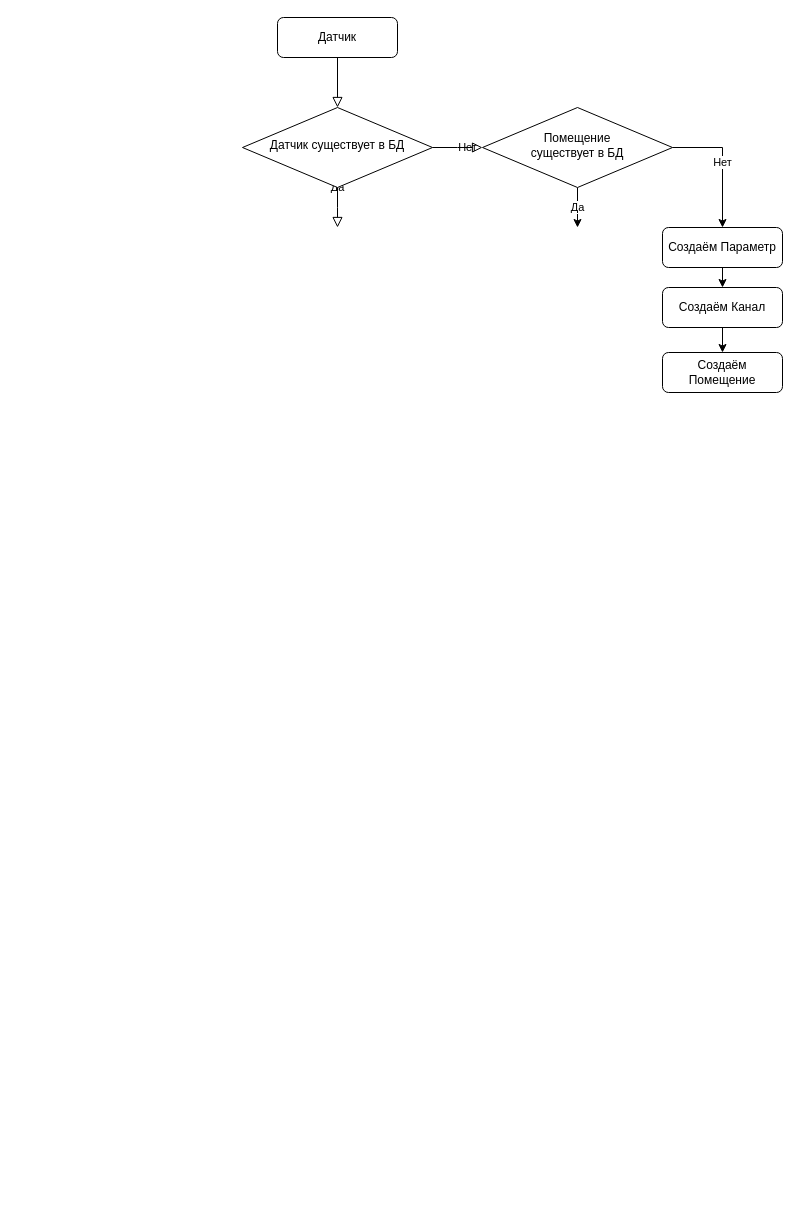
torero-vlg/danfoss keeps this draw.io diagram as smart-heat-file.drawio. Above is the earlier version. Source tidied: cells renumbered, new cells numbered last; positions are measured from the earlier drawing's top-left corner, leaving out a move shared by most shapes. Both pictures are drawn from the tidied source at 100%, with x=0, y=0 at pixel (242, 17).
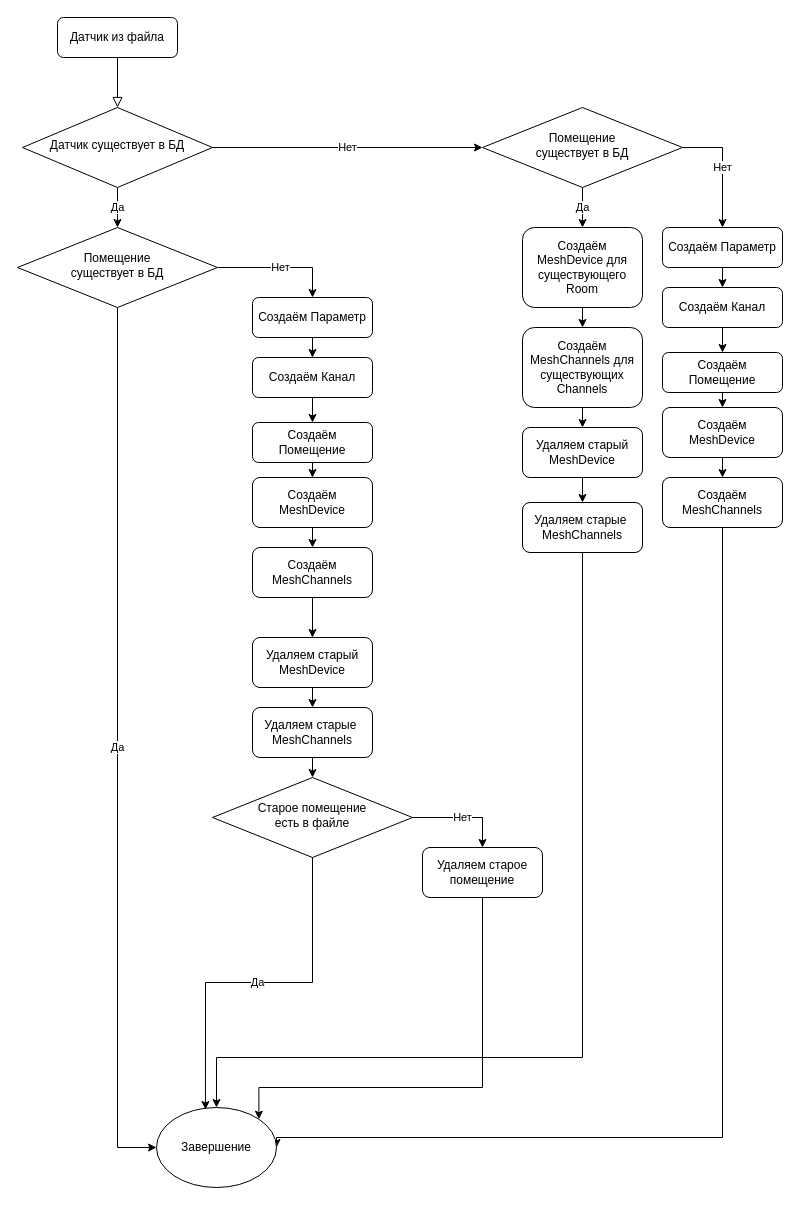
The same diagram, later.

The change refers to these unchanged cells:
```xml
<mxCell id="14" value="Создаём Помещение" style="rounded=1;whiteSpace=wrap;html=1;fontSize=12;glass=0;strokeWidth=1;shadow=0;" parent="1" vertex="1">
  <mxGeometry x="420" y="335" width="120" height="40" as="geometry" />
</mxCell>
```

What changed in the source:
```diff
@@
-    <mxCell id="3" value="Датчик" style="rounded=1;whiteSpace=wrap;html=1;fontSize=12;glass=0;strokeWidth=1;shadow=0;" parent="1" vertex="1">
-      <mxGeometry x="35" width="120" height="40" as="geometry" />
+    <mxCell id="3" value="Датчик из файла" style="rounded=1;whiteSpace=wrap;html=1;fontSize=12;glass=0;strokeWidth=1;shadow=0;" parent="1" vertex="1">
+      <mxGeometry x="-185" width="120" height="40" as="geometry" />
     </mxCell>
-    <mxCell id="4" value="Да" style="rounded=0;html=1;jettySize=auto;fontSize=11;endArrow=block;endFill=0;endSize=8;strokeWidth=1;shadow=0;labelBackgroundColor=none;edgeStyle=orthogonalEdgeStyle;" parent="1" edge="1" source="6">
-      <mxGeometry y="20" relative="1" as="geometry">
-        <mxPoint x="95" y="210" as="targetPoint" />
-      </mxGeometry>
-    </mxCell>
-    <mxCell id="5" value="Нет" style="edgeStyle=orthogonalEdgeStyle;rounded=0;html=1;jettySize=auto;fontSize=11;endArrow=block;endFill=0;endSize=8;strokeWidth=1;shadow=0;labelBackgroundColor=none;" parent="1" edge="1" source="6">
-      <mxGeometry y="10" relative="1" as="geometry">
-        <mxPoint x="240" y="130" as="targetPoint" />
-      </mxGeometry>
-    </mxCell>
+    <mxCell id="15" value="Да" style="edgeStyle=orthogonalEdgeStyle;rounded=0;jettySize=auto;html=1;exitX=0.5;exitY=1;exitDx=0;exitDy=0;entryX=0.5;entryY=0;entryDx=0;entryDy=0;" parent="1" edge="1" source="6" target="28">
+      <mxGeometry relative="1" as="geometry" />
+    </mxCell>
+    <mxCell id="16" value="Нет" style="edgeStyle=orthogonalEdgeStyle;rounded=0;jettySize=auto;html=1;exitX=1;exitY=0.5;exitDx=0;exitDy=0;entryX=0;entryY=0.5;entryDx=0;entryDy=0;" parent="1" edge="1" source="6" target="9">
+      <mxGeometry relative="1" as="geometry" />
+    </mxCell>
     <mxCell id="6" value="Датчик существует в БД" style="rhombus;whiteSpace=wrap;html=1;shadow=0;fontFamily=Helvetica;fontSize=12;align=center;strokeWidth=1;spacing=6;spacingTop=-4;" parent="1" vertex="1">
-      <mxGeometry y="90" width="190" height="80" as="geometry" />
+      <mxGeometry x="-220" y="90" width="190" height="80" as="geometry" />
     </mxCell>
-    <mxCell id="7" value="Да" style="edgeStyle=orthogonalEdgeStyle;rounded=0;jettySize=auto;html=1;exitX=0.5;exitY=1;exitDx=0;exitDy=0;" parent="1" edge="1" source="9">
-      <mxGeometry relative="1" as="geometry">
-        <mxPoint x="335" y="210" as="targetPoint" />
-      </mxGeometry>
+    <mxCell id="7" value="Да" style="edgeStyle=orthogonalEdgeStyle;rounded=0;jettySize=auto;html=1;exitX=0.5;exitY=1;exitDx=0;exitDy=0;entryX=0.5;entryY=0;entryDx=0;entryDy=0;" parent="1" edge="1" source="9" target="23">
+      <mxGeometry relative="1" as="geometry" />
     </mxCell>
@@
     <mxCell id="9" value="Помещение &lt;br&gt;существует в БД" style="rhombus;whiteSpace=wrap;html=1;shadow=0;fontFamily=Helvetica;fontSize=12;align=center;strokeWidth=1;spacing=6;spacingTop=-4;" parent="1" vertex="1">
-      <mxGeometry x="240" y="90" width="190" height="80" as="geometry" />
+      <mxGeometry x="240" y="90" width="200" height="80" as="geometry" />
     </mxCell>
@@
+    <mxCell id="17" style="edgeStyle=orthogonalEdgeStyle;rounded=0;jettySize=auto;html=1;exitX=0.5;exitY=1;exitDx=0;exitDy=0;entryX=0.5;entryY=0;entryDx=0;entryDy=0;" parent="1" edge="1" source="14" target="30">
+      <mxGeometry relative="1" as="geometry" />
+    </mxCell>
@@
+    <mxCell id="18" style="edgeStyle=orthogonalEdgeStyle;rounded=0;jettySize=auto;html=1;exitX=0.5;exitY=1;exitDx=0;exitDy=0;entryX=0.5;entryY=0;entryDx=0;entryDy=0;" parent="1" edge="1" source="19" target="21">
+      <mxGeometry relative="1" as="geometry" />
+    </mxCell>
+    <mxCell id="19" value="Создаём MeshChannels для существующих Channels" style="rounded=1;whiteSpace=wrap;html=1;fontSize=12;glass=0;strokeWidth=1;shadow=0;" parent="1" vertex="1">
+      <mxGeometry x="280" y="310" width="120" height="80" as="geometry" />
+    </mxCell>
+    <mxCell id="20" style="edgeStyle=orthogonalEdgeStyle;rounded=0;jettySize=auto;html=1;exitX=0.5;exitY=1;exitDx=0;exitDy=0;entryX=0.5;entryY=0;entryDx=0;entryDy=0;" parent="1" edge="1" source="21" target="25">
+      <mxGeometry relative="1" as="geometry" />
+    </mxCell>
+    <mxCell id="21" value="Удаляем старый MeshDevice" style="rounded=1;whiteSpace=wrap;html=1;fontSize=12;glass=0;strokeWidth=1;shadow=0;" parent="1" vertex="1">
+      <mxGeometry x="280" y="410" width="120" height="50" as="geometry" />
+    </mxCell>
+    <mxCell id="22" style="edgeStyle=orthogonalEdgeStyle;rounded=0;jettySize=auto;html=1;exitX=0.5;exitY=1;exitDx=0;exitDy=0;entryX=0.5;entryY=0;entryDx=0;entryDy=0;" parent="1" edge="1" source="23" target="19">
+      <mxGeometry relative="1" as="geometry" />
+    </mxCell>
+    <mxCell id="23" value="Создаём MeshDevice для существующего Room" style="rounded=1;whiteSpace=wrap;html=1;fontSize=12;glass=0;strokeWidth=1;shadow=0;" parent="1" vertex="1">
+      <mxGeometry x="280" y="210" width="120" height="80" as="geometry" />
+    </mxCell>
+    <mxCell id="24" style="edgeStyle=orthogonalEdgeStyle;rounded=0;jettySize=auto;html=1;entryX=0.5;entryY=0;entryDx=0;entryDy=0;" parent="1" edge="1" source="25" target="33">
+      <mxGeometry relative="1" as="geometry">
+        <Array as="points">
+          <mxPoint x="340" y="1040" />
+          <mxPoint x="-26" y="1040" />
+        </Array>
+      </mxGeometry>
+    </mxCell>
+    <mxCell id="25" value="Удаляем старые&amp;nbsp; MeshChannels" style="rounded=1;whiteSpace=wrap;html=1;fontSize=12;glass=0;strokeWidth=1;shadow=0;" parent="1" vertex="1">
+      <mxGeometry x="280" y="485" width="120" height="50" as="geometry" />
+    </mxCell>
+    <mxCell id="26" value="Да" style="edgeStyle=orthogonalEdgeStyle;rounded=0;jettySize=auto;html=1;exitX=0.5;exitY=1;exitDx=0;exitDy=0;entryX=0;entryY=0.5;entryDx=0;entryDy=0;" parent="1" edge="1" source="28" target="33">
+      <mxGeometry relative="1" as="geometry" />
+    </mxCell>
+    <mxCell id="27" value="Нет" style="edgeStyle=orthogonalEdgeStyle;rounded=0;jettySize=auto;html=1;exitX=1;exitY=0.5;exitDx=0;exitDy=0;entryX=0.5;entryY=0;entryDx=0;entryDy=0;" parent="1" edge="1" source="28" target="35">
+      <mxGeometry relative="1" as="geometry" />
+    </mxCell>
+    <mxCell id="28" value="Помещение &lt;br&gt;существует в БД" style="rhombus;whiteSpace=wrap;html=1;shadow=0;fontFamily=Helvetica;fontSize=12;align=center;strokeWidth=1;spacing=6;spacingTop=-4;" parent="1" vertex="1">
+      <mxGeometry x="-225" y="210" width="200" height="80" as="geometry" />
+    </mxCell>
+    <mxCell id="29" style="edgeStyle=orthogonalEdgeStyle;rounded=0;jettySize=auto;html=1;exitX=0.5;exitY=1;exitDx=0;exitDy=0;entryX=0.5;entryY=0;entryDx=0;entryDy=0;" parent="1" edge="1" source="30" target="32">
+      <mxGeometry relative="1" as="geometry" />
+    </mxCell>
+    <mxCell id="30" value="Создаём MeshDevice" style="rounded=1;whiteSpace=wrap;html=1;fontSize=12;glass=0;strokeWidth=1;shadow=0;" parent="1" vertex="1">
+      <mxGeometry x="420" y="390" width="120" height="50" as="geometry" />
+    </mxCell>
+    <mxCell id="31" style="edgeStyle=orthogonalEdgeStyle;rounded=0;jettySize=auto;html=1;entryX=1;entryY=0.5;entryDx=0;entryDy=0;" parent="1" edge="1" source="32" target="33">
+      <mxGeometry relative="1" as="geometry">
+        <Array as="points">
+          <mxPoint x="480" y="1120" />
+          <mxPoint x="34" y="1120" />
+        </Array>
+      </mxGeometry>
+    </mxCell>
+    <mxCell id="32" value="Создаём MeshChannels" style="rounded=1;whiteSpace=wrap;html=1;fontSize=12;glass=0;strokeWidth=1;shadow=0;" parent="1" vertex="1">
+      <mxGeometry x="420" y="460" width="120" height="50" as="geometry" />
+    </mxCell>
+    <mxCell id="33" value="Завершение" style="ellipse;whiteSpace=wrap;html=1;" parent="1" vertex="1">
+      <mxGeometry x="-86" y="1090" width="120" height="80" as="geometry" />
+    </mxCell>
+    <mxCell id="34" style="edgeStyle=orthogonalEdgeStyle;rounded=0;jettySize=auto;html=1;exitX=0.5;exitY=1;exitDx=0;exitDy=0;entryX=0.5;entryY=0;entryDx=0;entryDy=0;" parent="1" edge="1" source="35" target="37">
+      <mxGeometry relative="1" as="geometry" />
+    </mxCell>
+    <mxCell id="35" value="Создаём Параметр" style="rounded=1;whiteSpace=wrap;html=1;fontSize=12;glass=0;strokeWidth=1;shadow=0;" parent="1" vertex="1">
+      <mxGeometry x="10" y="280" width="120" height="40" as="geometry" />
+    </mxCell>
+    <mxCell id="36" style="edgeStyle=orthogonalEdgeStyle;rounded=0;jettySize=auto;html=1;exitX=0.5;exitY=1;exitDx=0;exitDy=0;entryX=0.5;entryY=0;entryDx=0;entryDy=0;" parent="1" edge="1" source="37" target="39">
+      <mxGeometry relative="1" as="geometry" />
+    </mxCell>
+    <mxCell id="37" value="Создаём Канал" style="rounded=1;whiteSpace=wrap;html=1;fontSize=12;glass=0;strokeWidth=1;shadow=0;" parent="1" vertex="1">
+      <mxGeometry x="10" y="340" width="120" height="40" as="geometry" />
+    </mxCell>
+    <mxCell id="38" style="edgeStyle=orthogonalEdgeStyle;rounded=0;jettySize=auto;html=1;exitX=0.5;exitY=1;exitDx=0;exitDy=0;entryX=0.5;entryY=0;entryDx=0;entryDy=0;" parent="1" edge="1" source="39">
+      <mxGeometry relative="1" as="geometry">
+        <mxPoint x="70" y="460" as="targetPoint" />
+      </mxGeometry>
+    </mxCell>
+    <mxCell id="39" value="Создаём Помещение" style="rounded=1;whiteSpace=wrap;html=1;fontSize=12;glass=0;strokeWidth=1;shadow=0;" parent="1" vertex="1">
+      <mxGeometry x="10" y="405" width="120" height="40" as="geometry" />
+    </mxCell>
+    <mxCell id="40" style="edgeStyle=orthogonalEdgeStyle;rounded=0;jettySize=auto;html=1;exitX=0.5;exitY=1;exitDx=0;exitDy=0;entryX=0.5;entryY=0;entryDx=0;entryDy=0;" parent="1" edge="1" source="41" target="43">
+      <mxGeometry relative="1" as="geometry" />
+    </mxCell>
+    <mxCell id="41" value="Создаём MeshDevice" style="rounded=1;whiteSpace=wrap;html=1;fontSize=12;glass=0;strokeWidth=1;shadow=0;" parent="1" vertex="1">
+      <mxGeometry x="10" y="460" width="120" height="50" as="geometry" />
+    </mxCell>
+    <mxCell id="42" style="edgeStyle=orthogonalEdgeStyle;rounded=0;jettySize=auto;html=1;exitX=0.5;exitY=1;exitDx=0;exitDy=0;entryX=0.5;entryY=0;entryDx=0;entryDy=0;" parent="1" edge="1" source="43" target="45">
+      <mxGeometry relative="1" as="geometry" />
+    </mxCell>
+    <mxCell id="43" value="Создаём MeshChannels" style="rounded=1;whiteSpace=wrap;html=1;fontSize=12;glass=0;strokeWidth=1;shadow=0;" parent="1" vertex="1">
+      <mxGeometry x="10" y="530" width="120" height="50" as="geometry" />
+    </mxCell>
+    <mxCell id="44" style="edgeStyle=orthogonalEdgeStyle;rounded=0;jettySize=auto;html=1;exitX=0.5;exitY=1;exitDx=0;exitDy=0;entryX=0.5;entryY=0;entryDx=0;entryDy=0;" parent="1" edge="1" source="45" target="47">
+      <mxGeometry relative="1" as="geometry" />
+    </mxCell>
+    <mxCell id="45" value="Удаляем старый MeshDevice" style="rounded=1;whiteSpace=wrap;html=1;fontSize=12;glass=0;strokeWidth=1;shadow=0;" parent="1" vertex="1">
+      <mxGeometry x="10" y="620" width="120" height="50" as="geometry" />
+    </mxCell>
+    <mxCell id="46" style="edgeStyle=orthogonalEdgeStyle;rounded=0;jettySize=auto;html=1;exitX=0.5;exitY=1;exitDx=0;exitDy=0;entryX=0.5;entryY=0;entryDx=0;entryDy=0;" parent="1" edge="1" source="47" target="50">
+      <mxGeometry relative="1" as="geometry" />
+    </mxCell>
+    <mxCell id="47" value="Удаляем старые&amp;nbsp; MeshChannels" style="rounded=1;whiteSpace=wrap;html=1;fontSize=12;glass=0;strokeWidth=1;shadow=0;" parent="1" vertex="1">
+      <mxGeometry x="10" y="690" width="120" height="50" as="geometry" />
+    </mxCell>
+    <mxCell id="48" value="Да" style="edgeStyle=orthogonalEdgeStyle;rounded=0;jettySize=auto;html=1;exitX=0.5;exitY=1;exitDx=0;exitDy=0;entryX=0.408;entryY=0.025;entryDx=0;entryDy=0;entryPerimeter=0;" parent="1" edge="1" source="50" target="33">
+      <mxGeometry relative="1" as="geometry" />
+    </mxCell>
+    <mxCell id="49" value="Нет" style="edgeStyle=orthogonalEdgeStyle;rounded=0;jettySize=auto;html=1;exitX=1;exitY=0.5;exitDx=0;exitDy=0;entryX=0.5;entryY=0;entryDx=0;entryDy=0;" parent="1" edge="1" source="50" target="52">
+      <mxGeometry relative="1" as="geometry" />
+    </mxCell>
+    <mxCell id="50" value="Старое помещение&lt;br&gt;есть в файле" style="rhombus;whiteSpace=wrap;html=1;shadow=0;fontFamily=Helvetica;fontSize=12;align=center;strokeWidth=1;spacing=6;spacingTop=-4;" parent="1" vertex="1">
+      <mxGeometry x="-30" y="760" width="200" height="80" as="geometry" />
+    </mxCell>
+    <mxCell id="51" style="edgeStyle=orthogonalEdgeStyle;rounded=0;jettySize=auto;html=1;exitX=0.5;exitY=1;exitDx=0;exitDy=0;entryX=1;entryY=0;entryDx=0;entryDy=0;" parent="1" edge="1" source="52" target="33">
+      <mxGeometry relative="1" as="geometry">
+        <Array as="points">
+          <mxPoint x="240" y="1070" />
+          <mxPoint x="16" y="1070" />
+        </Array>
+      </mxGeometry>
+    </mxCell>
+    <mxCell id="52" value="Удаляем старое помещение" style="rounded=1;whiteSpace=wrap;html=1;fontSize=12;glass=0;strokeWidth=1;shadow=0;" parent="1" vertex="1">
+      <mxGeometry x="180" y="830" width="120" height="50" as="geometry" />
+    </mxCell>
```
